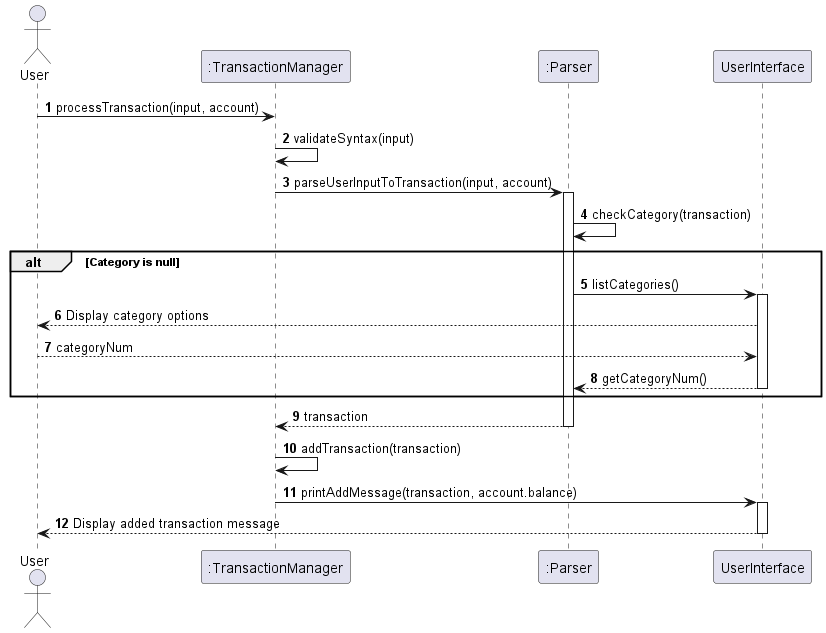
Vavinan/tp keeps this PlantUML diagram as docs/images/addTransactionDiagram.png. Above is the earlier version. Its diagram source:
```plantuml
@startuml

autonumber

actor User
participant ":TransactionManager" as TM
participant ":Parser" as P
participant "UserInterface" as UI

User -> TM: processTransaction(input, account)
TM -> TM: validateSyntax(input)
TM -> P: parseUserInputToTransaction(input, account)
activate P
P -> P: checkCategory(transaction)

alt Category is null
    P -> UI: listCategories()
    activate UI
    UI --> User: Display category options
    User --> UI: categoryNum
    UI --> P: getCategoryNum()
    deactivate UI
end

P --> TM: transaction
deactivate P


TM -> TM: addTransaction(transaction)
TM -> UI: printAddMessage(transaction, account.balance)
activate UI
UI --> User: Display added transaction message
deactivate UI
@enduml
```
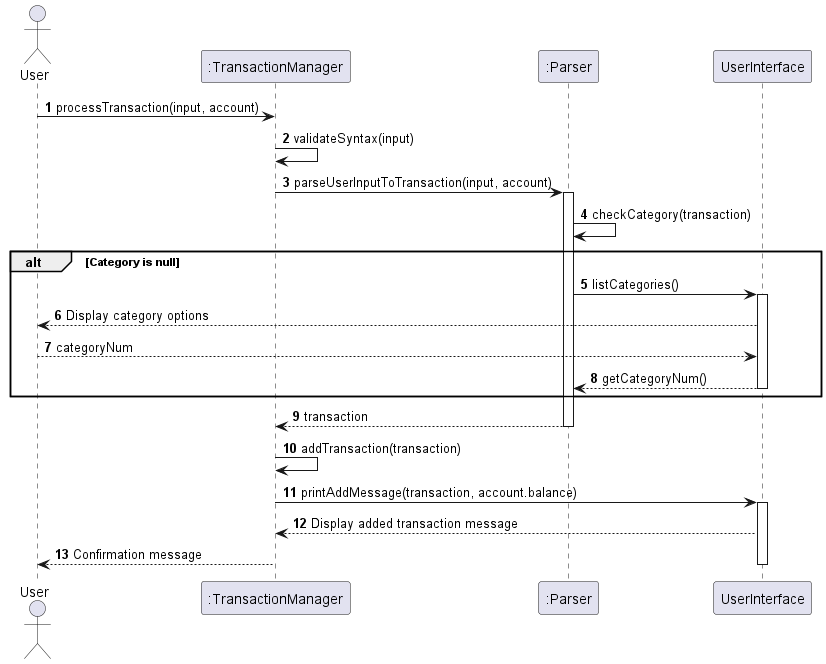
After the change.

Diff of the diagram source:
```diff
@@ -29,6 +29,7 @@
 TM -> TM: addTransaction(transaction)
 TM -> UI: printAddMessage(transaction, account.balance)
 activate UI
-UI --> User: Display added transaction message
+UI --> TM : Display added transaction message
+TM --> User: Confirmation message
 deactivate UI
 @enduml
```
